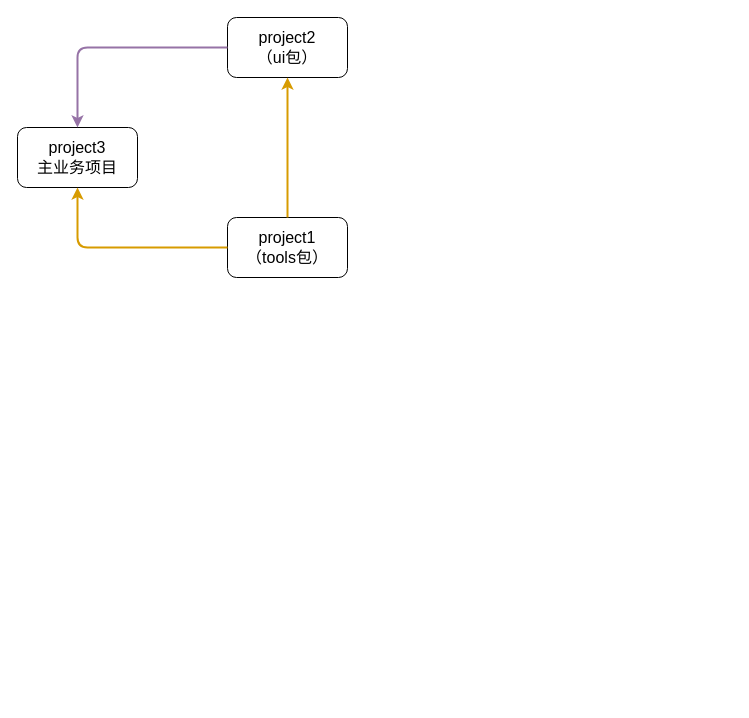
cow-Rong/cow-Rong.github.io keeps this draw.io diagram as public/Blogs/draw.drawio. Above is the earlier version. Source tidied: cells renumbered, new cells numbered last; positions are measured from the earlier drawing's top-left corner, leaving out a move shared by most shapes. Both pictures are drawn from the tidied source at 100%, with x=0, y=0 at pixel (17, 17).
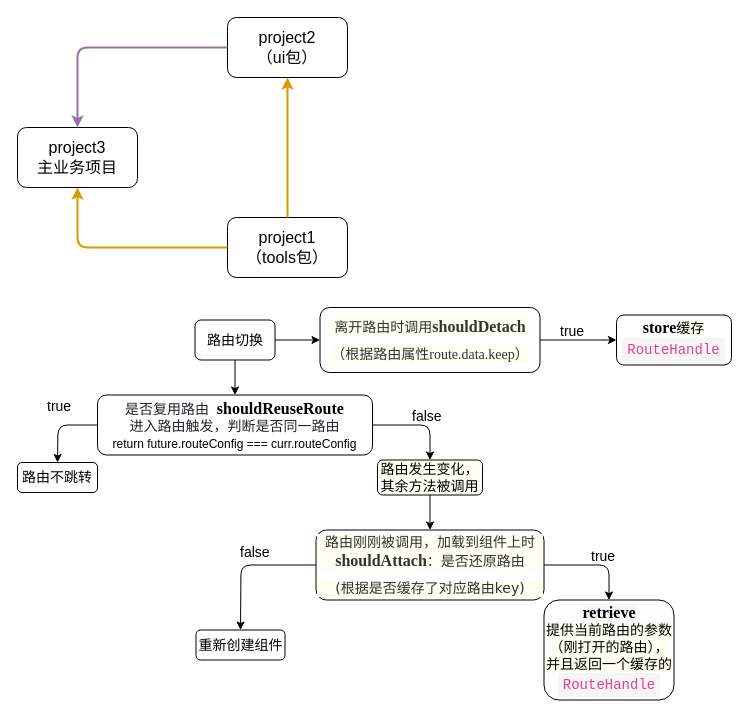
The same diagram, later.

The edit, as a diff of the source:
```diff
@@
+    <mxCell id="8" value="&lt;font style=&quot;font-size: 14px;&quot;&gt;路由切换&lt;/font&gt;" style="rounded=1;whiteSpace=wrap;html=1;fontSize=14;" parent="1" vertex="1">
+      <mxGeometry x="177.5" y="302.5" width="80" height="40" as="geometry" />
+    </mxCell>
+    <mxCell id="9" value="&lt;span style=&quot;color: rgb(33 , 37 , 41) ; text-align: left ; background-color: rgb(255 , 255 , 255) ; font-size: 14px&quot;&gt;&lt;font style=&quot;font-size: 14px&quot;&gt;是否复用路由&lt;/font&gt;&lt;font style=&quot;font-size: 14px&quot;&gt;&amp;nbsp;&amp;nbsp;&lt;/font&gt;&lt;/span&gt;&lt;span style=&quot;text-align: left ; white-space: nowrap&quot;&gt;&lt;font face=&quot;Garamond&quot; size=&quot;1&quot;&gt;&lt;b style=&quot;font-size: 16px&quot;&gt;shouldReuseRoute&lt;/b&gt;&lt;/font&gt;&lt;br style=&quot;font-size: 14px&quot;&gt;&lt;/span&gt;&lt;span style=&quot;color: rgb(33 , 37 , 41) ; text-align: left ; background-color: rgb(255 , 255 , 255) ; font-size: 14px&quot;&gt;&lt;font style=&quot;font-size: 14px&quot;&gt;进入路由触发，判断是否同一路由&lt;/font&gt;&lt;/span&gt;&lt;span style=&quot;text-align: left ; white-space: nowrap&quot;&gt;&lt;br style=&quot;font-size: 14px&quot;&gt;&lt;font style=&quot;font-size: 12px&quot;&gt;return future.routeConfig === curr.routeConfig&lt;/font&gt;&lt;br style=&quot;font-size: 14px&quot;&gt;&lt;/span&gt;" style="rounded=1;whiteSpace=wrap;html=1;fontSize=14;" parent="1" vertex="1">
+      <mxGeometry x="80" y="377.5" width="275" height="60" as="geometry" />
+    </mxCell>
+    <mxCell id="10" style="endArrow=classic;html=1;exitX=0.5;exitY=1;exitDx=0;exitDy=0;fontSize=14;" parent="1" edge="1" source="8" target="9">
+      <mxGeometry relative="1" as="geometry" />
+    </mxCell>
+    <mxCell id="11" value="路由不跳转" style="rounded=1;whiteSpace=wrap;html=1;fontSize=14;" parent="1" vertex="1">
+      <mxGeometry y="445" width="80" height="30" as="geometry" />
+    </mxCell>
+    <mxCell id="12" style="endArrow=classic;html=1;exitX=0;exitY=0.5;exitDx=0;exitDy=0;entryX=0.5;entryY=0;entryDx=0;entryDy=0;fontSize=14;" parent="1" edge="1" source="9" target="11">
+      <mxGeometry relative="1" as="geometry">
+        <Array as="points">
+          <mxPoint x="40.5" y="407.5" />
+        </Array>
+      </mxGeometry>
+    </mxCell>
+    <mxCell id="13" value="true" style="text;html=1;align=left;verticalAlign=top;spacingTop=-4;fontSize=14;" parent="1" vertex="1">
+      <mxGeometry x="27.5" y="377.5" width="40" height="20" as="geometry" />
+    </mxCell>
+    <mxCell id="14" value="&lt;span style=&quot;font-family: verdana, arial, helvetica, sans-serif; font-size: 14px; white-space: normal; background-color: rgb(254, 254, 242);&quot;&gt;路由发生变化，其余方法被调用&lt;/span&gt;" style="rounded=1;whiteSpace=wrap;html=1;align=center;fontSize=14;" parent="1" vertex="1">
+      <mxGeometry x="360" y="442.5" width="105" height="35" as="geometry" />
+    </mxCell>
+    <mxCell id="15" style="endArrow=classic;html=1;exitX=1;exitY=0.5;exitDx=0;exitDy=0;entryX=0.5;entryY=0;entryDx=0;entryDy=0;fontSize=14;" parent="1" edge="1" source="9" target="14">
+      <mxGeometry relative="1" as="geometry">
+        <Array as="points">
+          <mxPoint x="412.5" y="407.5" />
+        </Array>
+      </mxGeometry>
+    </mxCell>
+    <mxCell id="16" value="false" style="text;html=1;align=left;verticalAlign=top;spacingTop=-4;fontSize=14;" parent="1" vertex="1">
+      <mxGeometry x="392.5" y="387.5" width="40" height="20" as="geometry" />
+    </mxCell>
+    <mxCell id="17" value="&lt;h4 id=&quot;shouldattach&quot; style=&quot;margin: 10px 0px ; padding: 0px ; color: rgb(51 , 51 , 51) ; white-space: normal ; background-color: rgb(254 , 254 , 242)&quot;&gt;&lt;span style=&quot;font-size: 14px ; font-family: &amp;#34;verdana&amp;#34; , &amp;#34;arial&amp;#34; , &amp;#34;helvetica&amp;#34; , sans-serif ; font-weight: normal&quot;&gt;路由刚刚被调用，加载到组件上时&lt;/span&gt;&lt;font style=&quot;font-size: 16px&quot; face=&quot;Garamond&quot;&gt;shouldAttach&lt;/font&gt;&lt;span style=&quot;font-size: 14px ; font-family: &amp;#34;verdana&amp;#34; , &amp;#34;arial&amp;#34; , &amp;#34;helvetica&amp;#34; , sans-serif ; font-weight: normal&quot;&gt;：&lt;/span&gt;&lt;span style=&quot;font-size: 14px ; font-family: &amp;#34;verdana&amp;#34; , &amp;#34;arial&amp;#34; , &amp;#34;helvetica&amp;#34; , sans-serif ; font-weight: normal&quot;&gt;是否还原路由&lt;/span&gt;&lt;/h4&gt;&lt;h4 id=&quot;shouldattach&quot; style=&quot;margin: 10px 0px ; padding: 0px ; color: rgb(51 , 51 , 51) ; white-space: normal ; background-color: rgb(254 , 254 , 242) ; font-size: 14px&quot;&gt;&lt;span style=&quot;font-family: &amp;#34;verdana&amp;#34; , &amp;#34;arial&amp;#34; , &amp;#34;helvetica&amp;#34; , sans-serif ; font-size: 14px ; font-weight: normal&quot;&gt;(根据是否缓存了对应路由key)&lt;/span&gt;&lt;/h4&gt;" style="rounded=1;whiteSpace=wrap;html=1;align=center;fontSize=14;" parent="1" vertex="1">
+      <mxGeometry x="298.5" y="512.5" width="228" height="70" as="geometry" />
+    </mxCell>
+    <mxCell id="18" style="endArrow=classic;html=1;exitX=0.5;exitY=1;exitDx=0;exitDy=0;entryX=0.5;entryY=0;entryDx=0;entryDy=0;fontSize=14;" parent="1" edge="1" source="14" target="17">
+      <mxGeometry relative="1" as="geometry" />
+    </mxCell>
+    <mxCell id="19" value="重新创建组件" style="rounded=1;whiteSpace=wrap;html=1;fontSize=14;" parent="1" vertex="1">
+      <mxGeometry x="178.5" y="612.5" width="89" height="30" as="geometry" />
+    </mxCell>
+    <mxCell id="20" style="endArrow=classic;html=1;exitX=0;exitY=0.5;exitDx=0;exitDy=0;entryX=0.5;entryY=0;entryDx=0;entryDy=0;fontSize=14;" parent="1" edge="1" source="17" target="19">
+      <mxGeometry relative="1" as="geometry">
+        <Array as="points">
+          <mxPoint x="223.5" y="547.5" />
+        </Array>
+      </mxGeometry>
+    </mxCell>
+    <mxCell id="21" value="false" style="text;html=1;align=left;verticalAlign=top;spacingTop=-4;fontSize=14;" parent="1" vertex="1">
+      <mxGeometry x="220.5" y="523.5" width="40" height="20" as="geometry" />
+    </mxCell>
+    <mxCell id="22" value="&lt;span style=&quot;white-space: normal ; background-color: rgb(246 , 246 , 246)&quot;&gt;&lt;b&gt;&lt;font style=&quot;font-size: 16px&quot; face=&quot;Garamond&quot;&gt;retrieve&lt;/font&gt;&lt;/b&gt;&lt;br style=&quot;font-size: 14px&quot;&gt;&lt;/span&gt;&lt;span style=&quot;font-family: &amp;#34;verdana&amp;#34; , &amp;#34;arial&amp;#34; , &amp;#34;helvetica&amp;#34; , sans-serif ; font-size: 14px ; background-color: rgb(254 , 254 , 242)&quot;&gt;提供当前路由的参数（刚打开的路由），并且返回一个缓存的&lt;/span&gt;&lt;code style=&quot;margin: 0px 3px ; padding: 0px 5px ; font-family: &amp;#34;courier new&amp;#34; , sans-serif ; line-height: 1.8 ; display: inline-block ; overflow-x: auto ; vertical-align: middle ; border-radius: 3px ; background-color: rgb(246 , 246 , 246) ; color: rgb(232 , 62 , 140) ; font-size: 14px&quot;&gt;RouteHandle&lt;/code&gt;&lt;span style=&quot;color: rgb(232 , 62 , 140) ; font-family: &amp;#34;courier new&amp;#34; , sans-serif ; white-space: normal ; background-color: rgb(246 , 246 , 246) ; font-size: 14px&quot;&gt;&lt;br style=&quot;font-size: 14px&quot;&gt;&lt;/span&gt;" style="rounded=1;whiteSpace=wrap;html=1;align=center;fontSize=14;" parent="1" vertex="1">
+      <mxGeometry x="526.5" y="582.5" width="130" height="100" as="geometry" />
+    </mxCell>
+    <mxCell id="23" style="endArrow=classic;html=1;exitX=1;exitY=0.5;exitDx=0;exitDy=0;entryX=0.5;entryY=0;entryDx=0;entryDy=0;fontSize=14;" parent="1" edge="1" source="17" target="22">
+      <mxGeometry relative="1" as="geometry">
+        <Array as="points">
+          <mxPoint x="591.5" y="547.5" />
+        </Array>
+      </mxGeometry>
+    </mxCell>
+    <mxCell id="24" value="true" style="text;html=1;align=left;verticalAlign=top;spacingTop=-4;fontSize=14;" parent="1" vertex="1">
+      <mxGeometry x="571.5" y="527.5" width="40" height="20" as="geometry" />
+    </mxCell>
+    <mxCell id="25" value="&lt;h4 id=&quot;shoulddetach&quot; style=&quot;margin: 10px 0px ; padding: 0px ; color: rgb(51 , 51 , 51) ; white-space: normal ; background-color: rgb(254 , 254 , 242)&quot;&gt;&lt;font face=&quot;verdana, arial, helvetica, sans-serif&quot; style=&quot;font-size: 14px ; font-weight: normal&quot;&gt;离开路由时调用&lt;/font&gt;&lt;font face=&quot;Garamond&quot; style=&quot;font-size: 16px&quot;&gt;shouldDetach&lt;/font&gt;&lt;/h4&gt;&lt;h4 id=&quot;shoulddetach&quot; style=&quot;margin: 10px 0px ; padding: 0px ; color: rgb(51 , 51 , 51) ; white-space: normal ; background-color: rgb(254 , 254 , 242) ; font-size: 14px&quot;&gt;&lt;font face=&quot;Garamond&quot; style=&quot;font-size: 14px&quot;&gt;&lt;span style=&quot;font-weight: normal ; font-size: 14px&quot;&gt;&lt;span style=&quot;font-size: 14px&quot;&gt;（&lt;/span&gt;&lt;font style=&quot;font-size: 14px&quot;&gt;根据路由属性route.data.keep&lt;/font&gt;&lt;span style=&quot;font-size: 14px&quot;&gt;）&lt;/span&gt;&lt;/span&gt;&lt;/font&gt;&lt;/h4&gt;" style="rounded=1;whiteSpace=wrap;html=1;align=center;fontSize=14;" parent="1" vertex="1">
+      <mxGeometry x="302.5" y="290" width="220" height="65" as="geometry" />
+    </mxCell>
+    <mxCell id="26" style="endArrow=classic;html=1;exitX=1;exitY=0.5;exitDx=0;exitDy=0;fontSize=14;" parent="1" edge="1" source="8" target="25">
+      <mxGeometry relative="1" as="geometry" />
+    </mxCell>
+    <mxCell id="27" value="&lt;b&gt;&lt;font style=&quot;font-size: 16px&quot; face=&quot;Garamond&quot;&gt;store&lt;/font&gt;&lt;/b&gt;&lt;span style=&quot;font-family: &amp;#34;verdana&amp;#34; , &amp;#34;arial&amp;#34; , &amp;#34;helvetica&amp;#34; , sans-serif ; font-size: 14px ; text-align: left ; background-color: rgb(254 , 254 , 242)&quot;&gt;缓存&lt;/span&gt;&lt;code style=&quot;margin: 0px 3px ; padding: 0px 5px ; font-family: &amp;#34;courier new&amp;#34; , sans-serif ; line-height: 1.8 ; display: inline-block ; overflow-x: auto ; vertical-align: middle ; border-radius: 3px ; background-color: rgb(246 , 246 , 246) ; color: rgb(232 , 62 , 140) ; text-align: left ; font-size: 14px&quot;&gt;RouteHandle&lt;/code&gt;" style="rounded=1;whiteSpace=wrap;html=1;fontSize=14;" parent="1" vertex="1">
+      <mxGeometry x="599" y="297.5" width="115" height="50" as="geometry" />
+    </mxCell>
+    <mxCell id="28" style="endArrow=classic;html=1;exitX=1;exitY=0.5;exitDx=0;exitDy=0;entryX=0;entryY=0.5;entryDx=0;entryDy=0;fontSize=14;" parent="1" edge="1" source="25" target="27">
+      <mxGeometry relative="1" as="geometry" />
+    </mxCell>
+    <mxCell id="29" value="true" style="text;html=1;align=left;verticalAlign=top;spacingTop=-4;fontSize=14;" parent="1" vertex="1">
+      <mxGeometry x="541" y="302.5" width="40" height="20" as="geometry" />
+    </mxCell>
```
